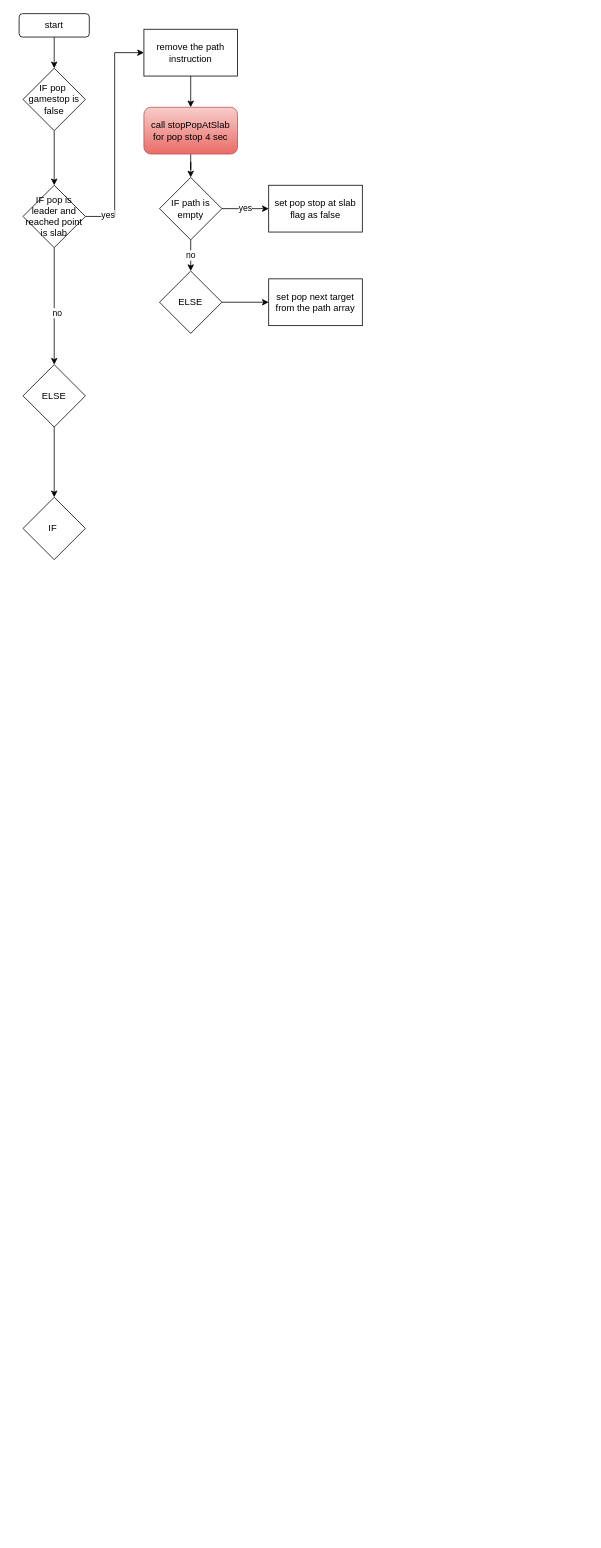
Before: people/destinationReachCall.drawio in sivagit/diagrams, a draw.io diagram. Source tidied: cells renumbered, new cells numbered last; positions are measured from the earlier drawing's top-left corner, leaving out a move shared by most shapes. Both pictures are drawn from the tidied source at 78%, with x=0, y=0 at pixel (19, 13).
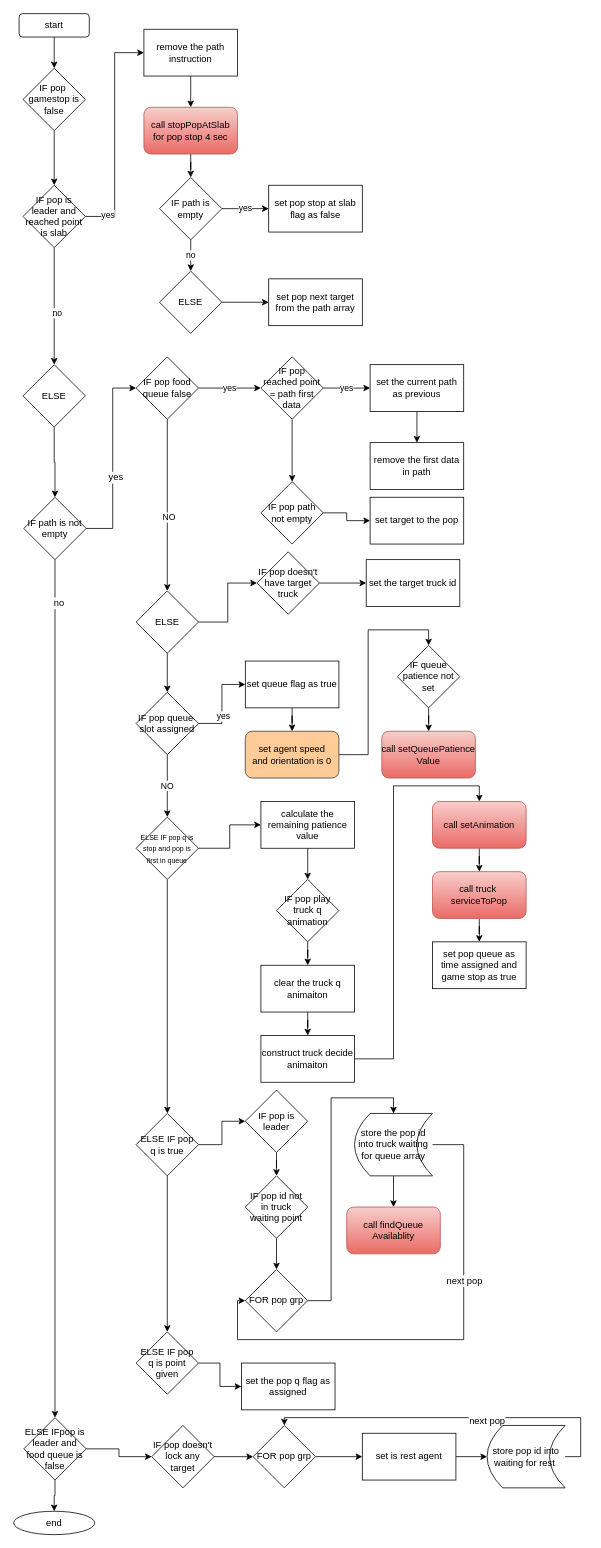
Above is the later version.

The edit, as a diff of the source:
```diff
@@
+    <mxCell id="25" style="edgeStyle=orthogonalEdgeStyle;rounded=0;jettySize=auto;html=1;" parent="1" edge="1" source="24" target="32">
+      <mxGeometry relative="1" as="geometry">
+        <Array as="points">
+          <mxPoint x="120" y="660" />
+          <mxPoint x="120" y="480" />
+        </Array>
+      </mxGeometry>
+    </mxCell>
+    <mxCell id="26" value="yes" style="edgeLabel;html=1;align=center;verticalAlign=middle;fontSize=12;" parent="25" vertex="1">
+      <mxGeometry x="-0.18" y="-3" relative="1" as="geometry" />
+    </mxCell>
+    <mxCell id="27" style="edgeStyle=orthogonalEdgeStyle;rounded=0;jettySize=auto;html=1;fontSize=12;" parent="1" edge="1" source="24" target="94">
+      <mxGeometry relative="1" as="geometry" />
+    </mxCell>
+    <mxCell id="28" value="no" style="edgeLabel;html=1;align=center;verticalAlign=middle;fontSize=12;" parent="27" vertex="1">
+      <mxGeometry x="-0.9" y="4" relative="1" as="geometry" />
+    </mxCell>
-    <mxCell id="24" value="IF&amp;nbsp;" style="rhombus;whiteSpace=wrap;html=1;" parent="1" vertex="1">
-      <mxGeometry x="5" y="620" width="80" height="80" as="geometry" />
+    <mxCell id="24" value="IF path is not empty" style="rhombus;whiteSpace=wrap;html=1;" parent="1" vertex="1">
+      <mxGeometry x="6" y="620" width="80" height="80" as="geometry" />
     </mxCell>
+    <mxCell id="29" value="yes" style="edgeStyle=orthogonalEdgeStyle;rounded=0;jettySize=auto;html=1;" parent="1" edge="1" source="32" target="35">
+      <mxGeometry relative="1" as="geometry">
+        <Array as="points">
+          <mxPoint x="270" y="480" />
+          <mxPoint x="270" y="480" />
+        </Array>
+      </mxGeometry>
+    </mxCell>
+    <mxCell id="30" style="edgeStyle=orthogonalEdgeStyle;rounded=0;jettySize=auto;html=1;" parent="1" edge="1" source="32" target="44">
+      <mxGeometry relative="1" as="geometry" />
+    </mxCell>
+    <mxCell id="31" value="NO" style="edgeLabel;html=1;align=center;verticalAlign=middle;" parent="30" vertex="1">
+      <mxGeometry x="0.14" y="1" relative="1" as="geometry" />
+    </mxCell>
+    <mxCell id="32" value="IF pop food queue false" style="rhombus;whiteSpace=wrap;html=1;" parent="1" vertex="1">
+      <mxGeometry x="150" y="440" width="80" height="80" as="geometry" />
+    </mxCell>
+    <mxCell id="33" value="yes" style="edgeStyle=orthogonalEdgeStyle;rounded=0;jettySize=auto;html=1;" parent="1" edge="1" source="35" target="37">
+      <mxGeometry relative="1" as="geometry" />
+    </mxCell>
+    <mxCell id="34" style="edgeStyle=orthogonalEdgeStyle;rounded=0;jettySize=auto;html=1;" parent="1" edge="1" source="35" target="40">
+      <mxGeometry relative="1" as="geometry">
+        <Array as="points">
+          <mxPoint x="350" y="560" />
+          <mxPoint x="350" y="560" />
+        </Array>
+      </mxGeometry>
+    </mxCell>
+    <mxCell id="35" value="IF pop reached point = path first data" style="rhombus;whiteSpace=wrap;html=1;" parent="1" vertex="1">
+      <mxGeometry x="310" y="440" width="80" height="80" as="geometry" />
+    </mxCell>
+    <mxCell id="36" style="edgeStyle=orthogonalEdgeStyle;rounded=0;jettySize=auto;html=1;" parent="1" edge="1" source="37" target="38">
+      <mxGeometry relative="1" as="geometry" />
+    </mxCell>
+    <mxCell id="37" value="set the current path as previous" style="whiteSpace=wrap;html=1;" parent="1" vertex="1">
+      <mxGeometry x="450" y="450" width="120" height="60" as="geometry" />
+    </mxCell>
+    <mxCell id="38" value="remove the first data in path" style="whiteSpace=wrap;html=1;" parent="1" vertex="1">
+      <mxGeometry x="450" y="550" width="120" height="60" as="geometry" />
+    </mxCell>
+    <mxCell id="39" style="edgeStyle=orthogonalEdgeStyle;rounded=0;jettySize=auto;html=1;" parent="1" edge="1" source="40" target="41">
+      <mxGeometry relative="1" as="geometry" />
+    </mxCell>
+    <mxCell id="40" value="IF pop path not empty" style="rhombus;whiteSpace=wrap;html=1;" parent="1" vertex="1">
+      <mxGeometry x="310" y="600" width="80" height="80" as="geometry" />
+    </mxCell>
+    <mxCell id="41" value="set target to the pop" style="whiteSpace=wrap;html=1;" parent="1" vertex="1">
+      <mxGeometry x="450" y="620" width="120" height="60" as="geometry" />
+    </mxCell>
+    <mxCell id="42" style="edgeStyle=orthogonalEdgeStyle;rounded=0;jettySize=auto;html=1;" parent="1" edge="1" source="44" target="46">
+      <mxGeometry relative="1" as="geometry" />
+    </mxCell>
+    <mxCell id="43" style="edgeStyle=orthogonalEdgeStyle;rounded=0;jettySize=auto;html=1;" parent="1" edge="1" source="44" target="51">
+      <mxGeometry relative="1" as="geometry" />
+    </mxCell>
+    <mxCell id="44" value="ELSE" style="rhombus;whiteSpace=wrap;html=1;" parent="1" vertex="1">
+      <mxGeometry x="150" y="740" width="80" height="80" as="geometry" />
+    </mxCell>
+    <mxCell id="45" style="edgeStyle=orthogonalEdgeStyle;rounded=0;jettySize=auto;html=1;" parent="1" edge="1" source="46" target="47">
+      <mxGeometry relative="1" as="geometry" />
+    </mxCell>
+    <mxCell id="46" value="IF pop doesn't have target truck" style="rhombus;whiteSpace=wrap;html=1;" parent="1" vertex="1">
+      <mxGeometry x="305" y="690" width="80" height="80" as="geometry" />
+    </mxCell>
+    <mxCell id="47" value="set the target truck id" style="whiteSpace=wrap;html=1;" parent="1" vertex="1">
+      <mxGeometry x="445" y="700" width="120" height="60" as="geometry" />
+    </mxCell>
+    <mxCell id="48" style="edgeStyle=orthogonalEdgeStyle;rounded=0;jettySize=auto;html=1;" parent="1" edge="1" source="51" target="53">
+      <mxGeometry relative="1" as="geometry" />
+    </mxCell>
+    <mxCell id="49" value="yes" style="edgeLabel;html=1;align=center;verticalAlign=middle;" parent="48" vertex="1">
+      <mxGeometry x="-0.27" y="-1" relative="1" as="geometry" />
+    </mxCell>
+    <mxCell id="50" value="NO" style="edgeStyle=orthogonalEdgeStyle;rounded=0;jettySize=auto;html=1;" parent="1" edge="1" source="51" target="61">
+      <mxGeometry relative="1" as="geometry" />
+    </mxCell>
+    <mxCell id="51" value="IF pop queue&amp;nbsp; slot assigned" style="rhombus;whiteSpace=wrap;html=1;" parent="1" vertex="1">
+      <mxGeometry x="150" y="870" width="80" height="80" as="geometry" />
+    </mxCell>
+    <mxCell id="52" style="edgeStyle=orthogonalEdgeStyle;rounded=0;jettySize=auto;html=1;" parent="1" edge="1" source="53" target="55">
+      <mxGeometry relative="1" as="geometry" />
+    </mxCell>
+    <mxCell id="53" value="set queue flag as true" style="whiteSpace=wrap;html=1;" parent="1" vertex="1">
+      <mxGeometry x="290" y="830" width="120" height="60" as="geometry" />
+    </mxCell>
+    <mxCell id="54" style="edgeStyle=orthogonalEdgeStyle;rounded=0;jettySize=auto;html=1;entryX=0.5;entryY=0;entryDx=0;entryDy=0;" parent="1" edge="1" source="55" target="57">
+      <mxGeometry relative="1" as="geometry" />
+    </mxCell>
+    <mxCell id="55" value="set agent speed&lt;br&gt;and orientation is 0" style="rounded=1;whiteSpace=wrap;html=1;fillColor=#ffcc99;strokeColor=#36393d;" parent="1" vertex="1">
+      <mxGeometry x="290" y="920" width="120" height="60" as="geometry" />
+    </mxCell>
+    <mxCell id="56" style="edgeStyle=orthogonalEdgeStyle;rounded=0;jettySize=auto;html=1;" parent="1" edge="1" source="57" target="58">
+      <mxGeometry relative="1" as="geometry" />
+    </mxCell>
+    <mxCell id="57" value="IF queue patience not set" style="rhombus;whiteSpace=wrap;html=1;" parent="1" vertex="1">
+      <mxGeometry x="485" y="810" width="80" height="80" as="geometry" />
+    </mxCell>
+    <mxCell id="58" value="call&amp;nbsp;setQueuePatience&lt;br&gt;Value" style="rounded=1;whiteSpace=wrap;html=1;fillColor=#f8cecc;gradientColor=#ea6b66;strokeColor=#b85450;" parent="1" vertex="1">
+      <mxGeometry x="465" y="920" width="120" height="60" as="geometry" />
+    </mxCell>
+    <mxCell id="59" style="edgeStyle=orthogonalEdgeStyle;rounded=0;jettySize=auto;html=1;fontSize=9;" parent="1" edge="1" source="61" target="63">
+      <mxGeometry relative="1" as="geometry" />
+    </mxCell>
+    <mxCell id="60" style="edgeStyle=orthogonalEdgeStyle;rounded=0;jettySize=auto;html=1;fontSize=9;" parent="1" edge="1" source="61" target="77">
+      <mxGeometry relative="1" as="geometry" />
+    </mxCell>
+    <mxCell id="61" value="&lt;font style=&quot;font-size: 9px&quot;&gt;ELSE IF pop q is stop and pop is first in queue&lt;/font&gt;" style="rhombus;whiteSpace=wrap;html=1;" parent="1" vertex="1">
+      <mxGeometry x="150" y="1030" width="80" height="80" as="geometry" />
+    </mxCell>
+    <mxCell id="62" style="edgeStyle=orthogonalEdgeStyle;rounded=0;jettySize=auto;html=1;fontSize=9;" parent="1" edge="1" source="63" target="65">
+      <mxGeometry relative="1" as="geometry" />
+    </mxCell>
+    <mxCell id="63" value="calculate the remaining patience value" style="whiteSpace=wrap;html=1;" parent="1" vertex="1">
+      <mxGeometry x="310" y="1010" width="120" height="60" as="geometry" />
+    </mxCell>
+    <mxCell id="64" style="edgeStyle=orthogonalEdgeStyle;rounded=0;jettySize=auto;html=1;fontSize=9;" parent="1" edge="1" source="65" target="67">
+      <mxGeometry relative="1" as="geometry" />
+    </mxCell>
+    <mxCell id="65" value="IF pop play truck q animation" style="rhombus;whiteSpace=wrap;html=1;" parent="1" vertex="1">
+      <mxGeometry x="330" y="1110" width="80" height="80" as="geometry" />
+    </mxCell>
+    <mxCell id="66" style="edgeStyle=orthogonalEdgeStyle;rounded=0;jettySize=auto;html=1;fontSize=9;" parent="1" edge="1" source="67" target="69">
+      <mxGeometry relative="1" as="geometry" />
+    </mxCell>
+    <mxCell id="67" value="clear the truck q animaiton" style="whiteSpace=wrap;html=1;" parent="1" vertex="1">
+      <mxGeometry x="310" y="1220" width="120" height="60" as="geometry" />
+    </mxCell>
+    <mxCell id="68" style="edgeStyle=orthogonalEdgeStyle;rounded=0;jettySize=auto;html=1;entryX=0.5;entryY=0;entryDx=0;entryDy=0;fontSize=9;" parent="1" edge="1" source="69" target="71">
+      <mxGeometry relative="1" as="geometry" />
+    </mxCell>
+    <mxCell id="69" value="construct truck decide animaiton" style="whiteSpace=wrap;html=1;" parent="1" vertex="1">
+      <mxGeometry x="310" y="1310" width="120" height="60" as="geometry" />
+    </mxCell>
+    <mxCell id="70" style="edgeStyle=orthogonalEdgeStyle;rounded=0;jettySize=auto;html=1;fontSize=9;" parent="1" edge="1" source="71" target="73">
+      <mxGeometry relative="1" as="geometry" />
+    </mxCell>
+    <mxCell id="71" value="call&amp;nbsp;setAnimation" style="rounded=1;whiteSpace=wrap;html=1;fillColor=#f8cecc;gradientColor=#ea6b66;strokeColor=#b85450;" parent="1" vertex="1">
+      <mxGeometry x="530" y="1010" width="120" height="60" as="geometry" />
+    </mxCell>
+    <mxCell id="72" style="edgeStyle=orthogonalEdgeStyle;rounded=0;jettySize=auto;html=1;fontSize=9;" parent="1" edge="1" source="73" target="74">
+      <mxGeometry relative="1" as="geometry" />
+    </mxCell>
+    <mxCell id="73" value="call&amp;nbsp;truck&amp;nbsp;&lt;br&gt;serviceToPop" style="rounded=1;whiteSpace=wrap;html=1;fillColor=#f8cecc;gradientColor=#ea6b66;strokeColor=#b85450;" parent="1" vertex="1">
+      <mxGeometry x="530" y="1100" width="120" height="60" as="geometry" />
+    </mxCell>
+    <mxCell id="74" value="set pop queue as time assigned and game stop as true" style="whiteSpace=wrap;html=1;" parent="1" vertex="1">
+      <mxGeometry x="530" y="1190" width="120" height="60" as="geometry" />
+    </mxCell>
+    <mxCell id="75" style="edgeStyle=orthogonalEdgeStyle;rounded=0;jettySize=auto;html=1;fontSize=12;" parent="1" edge="1" source="77" target="79">
+      <mxGeometry relative="1" as="geometry" />
+    </mxCell>
+    <mxCell id="76" style="edgeStyle=orthogonalEdgeStyle;rounded=0;jettySize=auto;html=1;fontSize=12;" parent="1" edge="1" source="77" target="90">
+      <mxGeometry relative="1" as="geometry" />
+    </mxCell>
+    <mxCell id="77" value="&lt;font style=&quot;font-size: 12px&quot;&gt;ELSE IF pop q is true&lt;/font&gt;" style="rhombus;whiteSpace=wrap;html=1;" parent="1" vertex="1">
+      <mxGeometry x="150" y="1410" width="80" height="80" as="geometry" />
+    </mxCell>
+    <mxCell id="78" style="edgeStyle=orthogonalEdgeStyle;rounded=0;jettySize=auto;html=1;fontSize=12;" parent="1" edge="1" source="79" target="81">
+      <mxGeometry relative="1" as="geometry" />
+    </mxCell>
+    <mxCell id="79" value="IF pop is leader" style="rhombus;whiteSpace=wrap;html=1;" parent="1" vertex="1">
+      <mxGeometry x="290" y="1380" width="80" height="80" as="geometry" />
+    </mxCell>
+    <mxCell id="80" style="edgeStyle=orthogonalEdgeStyle;rounded=0;jettySize=auto;html=1;fontSize=12;" parent="1" edge="1" source="81" target="83">
+      <mxGeometry relative="1" as="geometry" />
+    </mxCell>
+    <mxCell id="81" value="IF pop id not in truck waiting point" style="rhombus;whiteSpace=wrap;html=1;" parent="1" vertex="1">
+      <mxGeometry x="290" y="1490" width="80" height="80" as="geometry" />
+    </mxCell>
+    <mxCell id="82" style="edgeStyle=orthogonalEdgeStyle;rounded=0;jettySize=auto;html=1;entryX=0.5;entryY=0;entryDx=0;entryDy=0;fontSize=12;" parent="1" edge="1" source="83" target="87">
+      <mxGeometry relative="1" as="geometry" />
+    </mxCell>
+    <mxCell id="83" value="FOR pop grp" style="rhombus;whiteSpace=wrap;html=1;" parent="1" vertex="1">
+      <mxGeometry x="290" y="1610" width="80" height="80" as="geometry" />
+    </mxCell>
+    <mxCell id="84" style="edgeStyle=orthogonalEdgeStyle;rounded=0;jettySize=auto;html=1;fontSize=12;" parent="1" edge="1" source="87" target="88">
+      <mxGeometry relative="1" as="geometry" />
+    </mxCell>
+    <mxCell id="85" style="edgeStyle=orthogonalEdgeStyle;rounded=0;jettySize=auto;html=1;fontSize=12;entryX=0;entryY=0.5;entryDx=0;entryDy=0;" parent="1" edge="1" source="87" target="83">
+      <mxGeometry relative="1" as="geometry">
+        <Array as="points">
+          <mxPoint x="570" y="1450" />
+          <mxPoint x="570" y="1700" />
+          <mxPoint x="280" y="1700" />
+          <mxPoint x="280" y="1650" />
+        </Array>
+      </mxGeometry>
+    </mxCell>
+    <mxCell id="86" value="next pop" style="edgeLabel;html=1;align=center;verticalAlign=middle;fontSize=12;" parent="85" vertex="1">
+      <mxGeometry x="-0.33" relative="1" as="geometry" />
+    </mxCell>
+    <mxCell id="87" value="store the pop id into truck waiting for queue array" style="shape=dataStorage;whiteSpace=wrap;html=1;fixedSize=1;fontSize=12;" parent="1" vertex="1">
+      <mxGeometry x="430" y="1410" width="100" height="80" as="geometry" />
+    </mxCell>
+    <mxCell id="88" value="call&amp;nbsp;findQueue&lt;br&gt;Availablity" style="rounded=1;whiteSpace=wrap;html=1;fillColor=#f8cecc;gradientColor=#ea6b66;strokeColor=#b85450;" parent="1" vertex="1">
+      <mxGeometry x="420" y="1530" width="120" height="60" as="geometry" />
+    </mxCell>
+    <mxCell id="89" style="edgeStyle=orthogonalEdgeStyle;rounded=0;jettySize=auto;html=1;fontSize=12;" parent="1" edge="1" source="90" target="91">
+      <mxGeometry relative="1" as="geometry" />
+    </mxCell>
+    <mxCell id="90" value="&lt;font style=&quot;font-size: 12px&quot;&gt;ELSE IF pop q is point given&lt;/font&gt;" style="rhombus;whiteSpace=wrap;html=1;" parent="1" vertex="1">
+      <mxGeometry x="150" y="1690" width="80" height="80" as="geometry" />
+    </mxCell>
+    <mxCell id="91" value="set the pop q flag as assigned" style="whiteSpace=wrap;html=1;" parent="1" vertex="1">
+      <mxGeometry x="285" y="1730" width="120" height="60" as="geometry" />
+    </mxCell>
+    <mxCell id="92" style="edgeStyle=orthogonalEdgeStyle;rounded=0;jettySize=auto;html=1;fontSize=12;" parent="1" edge="1" source="94" target="96">
+      <mxGeometry relative="1" as="geometry" />
+    </mxCell>
+    <mxCell id="93" style="edgeStyle=orthogonalEdgeStyle;rounded=0;jettySize=auto;html=1;fontSize=12;" parent="1" edge="1" source="94" target="104">
+      <mxGeometry relative="1" as="geometry" />
+    </mxCell>
+    <mxCell id="94" value="ELSE IFpop is leader and food queue is false" style="rhombus;whiteSpace=wrap;html=1;" parent="1" vertex="1">
+      <mxGeometry x="6" y="1800" width="80" height="80" as="geometry" />
+    </mxCell>
+    <mxCell id="95" style="edgeStyle=orthogonalEdgeStyle;rounded=0;jettySize=auto;html=1;fontSize=12;" parent="1" edge="1" source="96" target="98">
+      <mxGeometry relative="1" as="geometry" />
+    </mxCell>
+    <mxCell id="96" value="IF pop doesn't lock any target" style="rhombus;whiteSpace=wrap;html=1;" parent="1" vertex="1">
+      <mxGeometry x="170" y="1810" width="80" height="80" as="geometry" />
+    </mxCell>
+    <mxCell id="97" style="edgeStyle=orthogonalEdgeStyle;rounded=0;jettySize=auto;html=1;fontSize=12;" parent="1" edge="1" source="98" target="100">
+      <mxGeometry relative="1" as="geometry" />
+    </mxCell>
+    <mxCell id="98" value="FOR pop grp" style="rhombus;whiteSpace=wrap;html=1;" parent="1" vertex="1">
+      <mxGeometry x="300" y="1810" width="80" height="80" as="geometry" />
+    </mxCell>
+    <mxCell id="99" style="edgeStyle=orthogonalEdgeStyle;rounded=0;jettySize=auto;html=1;fontSize=12;" parent="1" edge="1" source="100" target="103">
+      <mxGeometry relative="1" as="geometry" />
+    </mxCell>
+    <mxCell id="100" value="set is rest agent" style="whiteSpace=wrap;html=1;" parent="1" vertex="1">
+      <mxGeometry x="440" y="1820" width="120" height="60" as="geometry" />
+    </mxCell>
+    <mxCell id="101" style="edgeStyle=orthogonalEdgeStyle;rounded=0;jettySize=auto;html=1;entryX=0.5;entryY=0;entryDx=0;entryDy=0;fontSize=12;" parent="1" edge="1" source="103" target="98">
+      <mxGeometry relative="1" as="geometry">
+        <Array as="points">
+          <mxPoint x="720" y="1850" />
+          <mxPoint x="720" y="1800" />
+          <mxPoint x="340" y="1800" />
+        </Array>
+      </mxGeometry>
+    </mxCell>
+    <mxCell id="102" value="next pop" style="edgeLabel;html=1;align=center;verticalAlign=middle;fontSize=12;" parent="101" vertex="1">
+      <mxGeometry x="-0.17" y="4" relative="1" as="geometry" />
+    </mxCell>
+    <mxCell id="103" value="store pop id into waiting for rest&amp;nbsp;" style="shape=dataStorage;whiteSpace=wrap;html=1;fixedSize=1;fontSize=12;" parent="1" vertex="1">
+      <mxGeometry x="600" y="1810" width="100" height="80" as="geometry" />
+    </mxCell>
+    <mxCell id="104" value="end" style="ellipse;whiteSpace=wrap;html=1;" parent="1" vertex="1">
+      <mxGeometry x="-7" y="1920" width="104" height="30" as="geometry" />
+    </mxCell>
```
